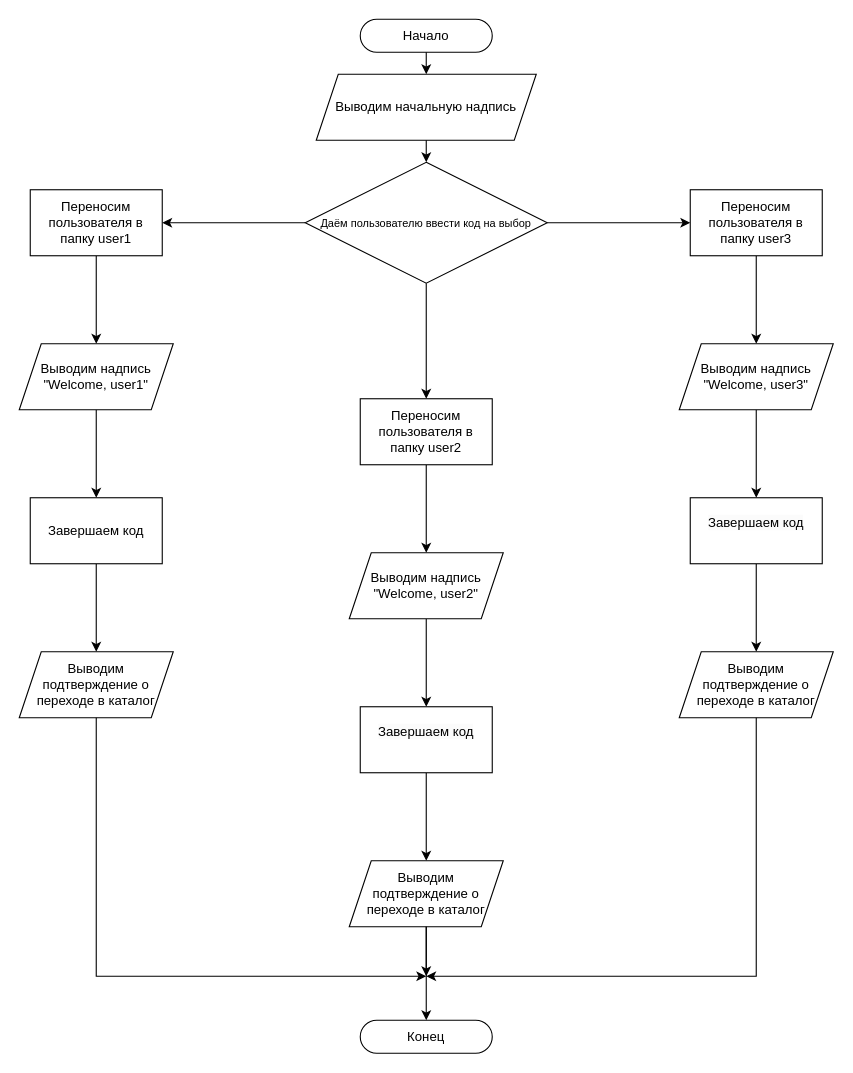
Above: DosBox.drawio in VMataruev/lab01 (draw.io), before the change. Source tidied: cells renumbered, new cells numbered last; positions are measured from the earlier drawing's top-left corner, leaving out a move shared by most shapes. Both pictures are drawn from the tidied source at 110%, with x=0, y=0 at pixel (19, 19).
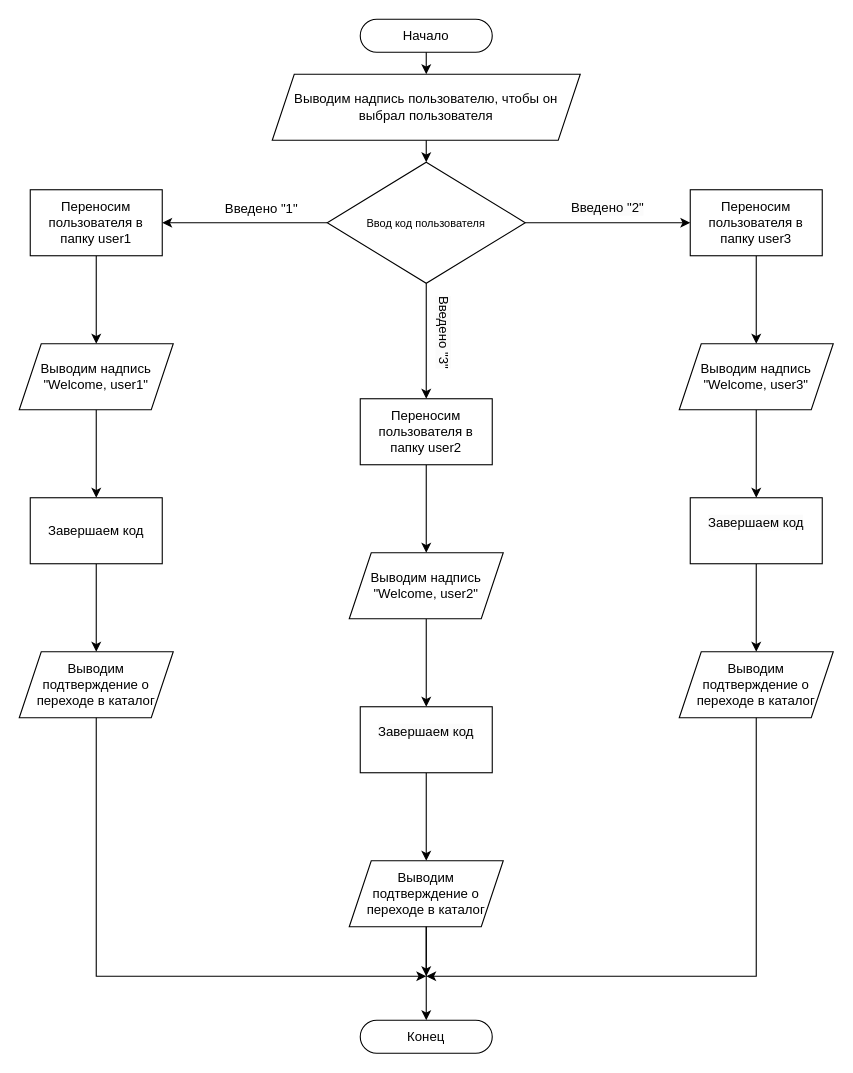
After the change.

What changed in the source:
```diff
@@
-    <mxCell id="4" value="Выводим начальную надпись" style="shape=parallelogram;perimeter=parallelogramPerimeter;whiteSpace=wrap;html=1;fixedSize=1;" parent="1" vertex="1">
-      <mxGeometry x="270" y="50" width="200" height="60" as="geometry" />
+    <mxCell id="4" value="Выводим надпись пользователю, чтобы он выбрал пользователя" style="shape=parallelogram;perimeter=parallelogramPerimeter;whiteSpace=wrap;html=1;fixedSize=1;" parent="1" vertex="1">
+      <mxGeometry x="230" y="50" width="280" height="60" as="geometry" />
     </mxCell>
@@
-    <mxCell id="8" value="&lt;font style=&quot;font-size: 10px;&quot;&gt;Даём пользователю ввести код на выбор&lt;/font&gt;" style="rhombus;whiteSpace=wrap;html=1;" parent="1" vertex="1">
-      <mxGeometry x="260" y="130" width="220" height="110" as="geometry" />
+    <mxCell id="8" value="&lt;font style=&quot;font-size: 10px;&quot;&gt;Ввод код пользователя&lt;/font&gt;" style="rhombus;whiteSpace=wrap;html=1;" parent="1" vertex="1">
+      <mxGeometry x="280" y="130" width="180" height="110" as="geometry" />
     </mxCell>
@@
+    <mxCell id="36" value="Введено &quot;1&quot;" style="text;html=1;align=center;verticalAlign=middle;strokeColor=none;fillColor=none;" parent="1" vertex="1">
+      <mxGeometry x="175" y="158" width="90" height="30" as="geometry" />
+    </mxCell>
+    <mxCell id="37" value="&lt;span style=&quot;color: rgb(0, 0, 0); font-family: Helvetica; font-size: 12px; font-style: normal; font-variant-ligatures: normal; font-variant-caps: normal; font-weight: 400; letter-spacing: normal; orphans: 2; text-align: center; text-indent: 0px; text-transform: none; widows: 2; word-spacing: 0px; -webkit-text-stroke-width: 0px; background-color: rgb(251, 251, 251); text-decoration-thickness: initial; text-decoration-style: initial; text-decoration-color: initial; float: none; display: inline !important;&quot;&gt;Введено &quot;2&quot;&lt;/span&gt;" style="text;whiteSpace=wrap;html=1;" parent="1" vertex="1">
+      <mxGeometry x="500" y="158" width="100" height="40" as="geometry" />
+    </mxCell>
+    <mxCell id="38" value="&lt;span style=&quot;color: rgb(0, 0, 0); font-family: Helvetica; font-size: 12px; font-style: normal; font-variant-ligatures: normal; font-variant-caps: normal; font-weight: 400; letter-spacing: normal; orphans: 2; text-align: center; text-indent: 0px; text-transform: none; widows: 2; word-spacing: 0px; -webkit-text-stroke-width: 0px; background-color: rgb(251, 251, 251); text-decoration-thickness: initial; text-decoration-style: initial; text-decoration-color: initial; float: none; display: inline !important;&quot;&gt;Введено &quot;3&quot;&lt;/span&gt;" style="text;whiteSpace=wrap;html=1;rotation=90;" parent="1" vertex="1">
+      <mxGeometry x="330" y="280" width="100" height="40" as="geometry" />
+    </mxCell>
```
